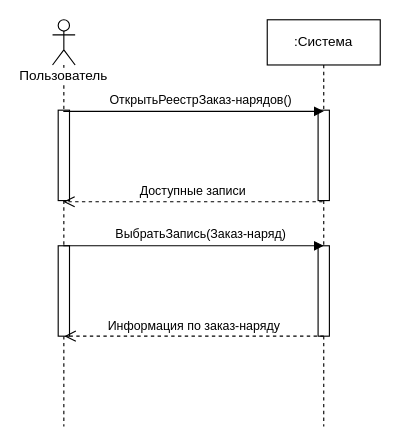
Earlier version of the draw.io diagram Lab3/Бугаков/3Прецедент.drawio (denissfloww/Information-systems-design). Source tidied: cells renumbered, new cells numbered last; positions are measured from the earlier drawing's top-left corner, leaving out a move shared by most shapes. Both pictures are drawn from the tidied source at 113%, with x=0, y=0 at pixel (52, 19).
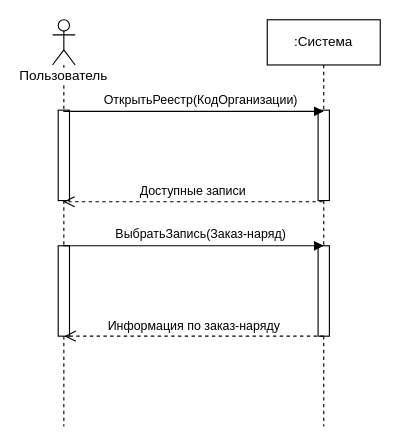
After the change.

The edit, as a diff of the source:
```diff
@@
 <mxGraphModel>
   <root>
     <mxCell id="0" />
     <mxCell id="1" parent="0" />
     <mxCell id="2" value="Пользователь" style="shape=umlLifeline;participant=umlActor;perimeter=lifelinePerimeter;whiteSpace=wrap;html=1;verticalAlign=top;spacingTop=36;labelBackgroundColor=#ffffff;outlineConnect=0;" parent="1" vertex="1">
       <mxGeometry width="20" height="360" as="geometry" />
     </mxCell>
     <mxCell id="3" style="html=1;perimeter=orthogonalPerimeter;" parent="2" vertex="1">
       <mxGeometry x="5" y="80" width="10" height="80" as="geometry" />
     </mxCell>
     <mxCell id="4" style="html=1;perimeter=orthogonalPerimeter;" parent="2" vertex="1">
       <mxGeometry x="5" y="200" width="10" height="80" as="geometry" />
     </mxCell>
     <mxCell id="5" value=":Система" style="shape=umlLifeline;perimeter=lifelinePerimeter;whiteSpace=wrap;html=1;" parent="1" vertex="1">
       <mxGeometry x="190" width="100" height="360" as="geometry" />
     </mxCell>
     <mxCell id="6" style="html=1;points=[];perimeter=orthogonalPerimeter;" parent="5" vertex="1">
       <mxGeometry x="45" y="80" width="10" height="80" as="geometry" />
     </mxCell>
     <mxCell id="7" style="html=1;perimeter=orthogonalPerimeter;" parent="5" vertex="1">
       <mxGeometry x="45" y="200" width="10" height="80" as="geometry" />
     </mxCell>
-    <mxCell id="8" value="ОткрытьРеестрЗаказ-нарядов()" style="html=1;verticalAlign=bottom;endArrow=block;entryX=0.5;entryY=0.013;entryDx=0;entryDy=0;entryPerimeter=0;" parent="1" edge="1" source="2" target="6">
+    <mxCell id="8" value="ОткрытьРеестр(КодОрганизации)" style="html=1;verticalAlign=bottom;endArrow=block;entryX=0.5;entryY=0.013;entryDx=0;entryDy=0;entryPerimeter=0;" parent="1" edge="1" source="2" target="6">
       <mxGeometry x="0.05" y="1" relative="1" as="geometry" />
     </mxCell>
     <mxCell id="9" value="Доступные записи" style="html=1;verticalAlign=bottom;endArrow=open;dashed=1;endSize=8;exitX=0.4;exitY=1.013;exitDx=0;exitDy=0;exitPerimeter=0;" parent="1" edge="1" source="6" target="2">
       <mxGeometry relative="1" as="geometry" />
     </mxCell>
     <mxCell id="10" value="ВыбратьЗапись(Заказ-наряд)" style="html=1;verticalAlign=bottom;endArrow=block;entryX=0.5;entryY=0.013;entryDx=0;entryDy=0;entryPerimeter=0;" parent="1" edge="1">
       <mxGeometry x="0.05" y="1" relative="1" as="geometry">
         <mxPoint x="9.5" y="200" as="sourcePoint" />
         <mxPoint x="240" y="200" as="targetPoint" />
       </mxGeometry>
     </mxCell>
     <mxCell id="11" value="Информация по заказ-наряду" style="html=1;verticalAlign=bottom;endArrow=open;dashed=1;endSize=8;exitX=0.4;exitY=1.013;exitDx=0;exitDy=0;exitPerimeter=0;" parent="1" edge="1">
       <mxGeometry relative="1" as="geometry">
         <mxPoint x="240" y="280" as="sourcePoint" />
         <mxPoint x="10.5" y="280" as="targetPoint" />
       </mxGeometry>
     </mxCell>
   </root>
 </mxGraphModel>
```
